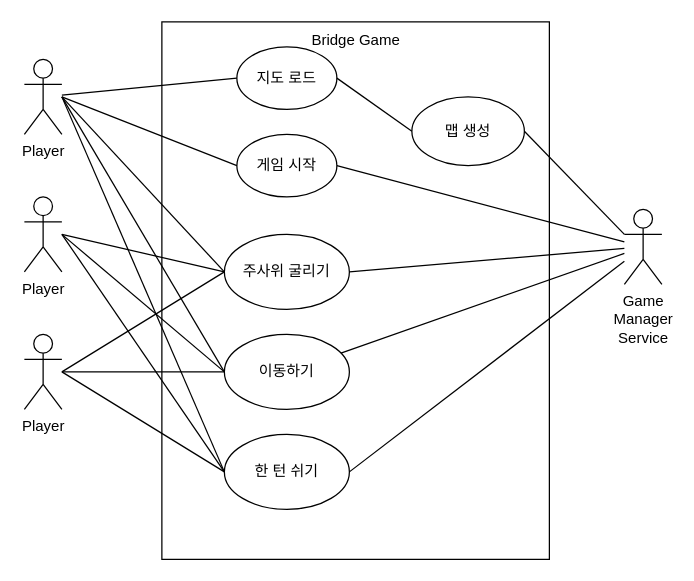
This is uml/useCaseDiagram.drawio from robinjoo1015/SE_TermProject, a draw.io file, before an edit. Source tidied: cells renumbered, new cells numbered last; positions are measured from the earlier drawing's top-left corner, leaving out a move shared by most shapes. Both pictures are drawn from the tidied source at 125%, with x=0, y=0 at pixel (24, 21).
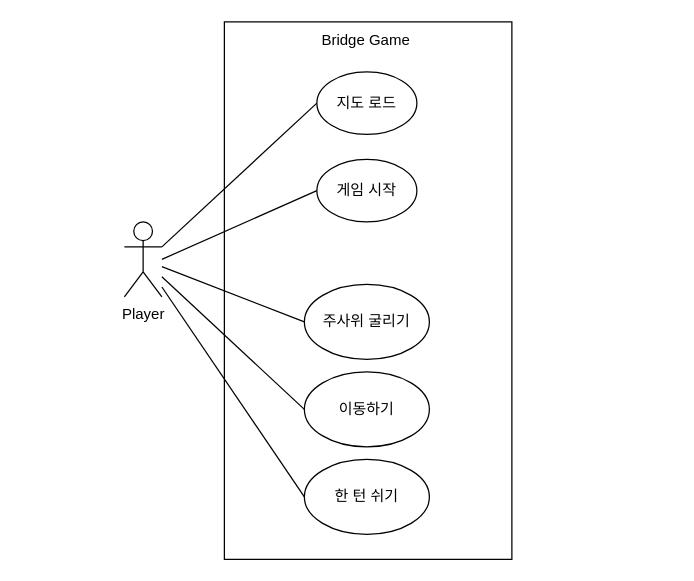
The same diagram, later.

The edit, as a diff of the source:
```diff
@@
     <mxCell id="2" value="Player" style="shape=umlActor;verticalLabelPosition=bottom;verticalAlign=top;html=1;outlineConnect=0;" parent="1" vertex="1">
-      <mxGeometry y="30" width="30" height="60" as="geometry" />
+      <mxGeometry x="80" y="160" width="30" height="60" as="geometry" />
     </mxCell>
     <mxCell id="3" style="rounded=0;whiteSpace=wrap;html=1;" parent="1" vertex="1">
-      <mxGeometry x="110" width="310" height="430" as="geometry" />
+      <mxGeometry x="160" width="230" height="430" as="geometry" />
     </mxCell>
     <mxCell id="4" value="지도 로드" style="ellipse;whiteSpace=wrap;html=1;" parent="1" vertex="1">
-      <mxGeometry x="170" y="20" width="80" height="50" as="geometry" />
+      <mxGeometry x="234" y="40" width="80" height="50" as="geometry" />
     </mxCell>
     <mxCell id="5" value="게임 시작" style="ellipse;whiteSpace=wrap;html=1;" parent="1" vertex="1">
-      <mxGeometry x="170" y="90" width="80" height="50" as="geometry" />
+      <mxGeometry x="234" y="110" width="80" height="50" as="geometry" />
     </mxCell>
-    <mxCell id="6" value="Player" style="shape=umlActor;verticalLabelPosition=bottom;verticalAlign=top;html=1;" parent="1" vertex="1">
-      <mxGeometry y="140" width="30" height="60" as="geometry" />
-    </mxCell>
-    <mxCell id="7" value="Player" style="shape=umlActor;verticalLabelPosition=bottom;verticalAlign=top;html=1;outlineConnect=0;" parent="1" vertex="1">
-      <mxGeometry y="250" width="30" height="60" as="geometry" />
-    </mxCell>
     <mxCell id="8" value="주사위 굴리기" style="ellipse;whiteSpace=wrap;html=1;" parent="1" vertex="1">
-      <mxGeometry x="160" y="170" width="100" height="60" as="geometry" />
+      <mxGeometry x="224" y="210" width="100" height="60" as="geometry" />
     </mxCell>
-    <mxCell id="9" value="맵 생성" style="ellipse;whiteSpace=wrap;html=1;" parent="1" vertex="1">
-      <mxGeometry x="310" y="60" width="90" height="55" as="geometry" />
-    </mxCell>
     <mxCell id="10" value="이동하기" style="ellipse;whiteSpace=wrap;html=1;" parent="1" vertex="1">
-      <mxGeometry x="160" y="250" width="100" height="60" as="geometry" />
+      <mxGeometry x="224" y="280" width="100" height="60" as="geometry" />
     </mxCell>
     <mxCell id="11" value="한 턴 쉬기" style="ellipse;whiteSpace=wrap;html=1;" parent="1" vertex="1">
-      <mxGeometry x="160" y="330" width="100" height="60" as="geometry" />
+      <mxGeometry x="224" y="350" width="100" height="60" as="geometry" />
     </mxCell>
-    <mxCell id="12" style="endArrow=none;html=1;rounded=0;exitX=0;exitY=0.5;exitDx=0;exitDy=0;" parent="1" edge="1" source="4" target="2">
-      <mxGeometry relative="1" as="geometry" />
+    <mxCell id="12" style="endArrow=none;html=1;rounded=0;exitX=0;exitY=0.5;exitDx=0;exitDy=0;" parent="1" edge="1" source="4">
+      <mxGeometry relative="1" as="geometry">
+        <mxPoint x="110" y="180" as="targetPoint" />
+      </mxGeometry>
     </mxCell>
     <mxCell id="13" style="endArrow=none;html=1;rounded=0;exitX=0;exitY=0.5;exitDx=0;exitDy=0;" parent="1" edge="1" source="5">
       <mxGeometry relative="1" as="geometry">
-        <mxPoint x="30" y="60" as="targetPoint" />
+        <mxPoint x="110" y="190" as="targetPoint" />
       </mxGeometry>
     </mxCell>
-    <mxCell id="14" style="endArrow=none;html=1;rounded=0;exitX=0;exitY=0.5;exitDx=0;exitDy=0;entryX=1;entryY=0.5;entryDx=0;entryDy=0;" parent="1" edge="1" source="9" target="4">
-      <mxGeometry relative="1" as="geometry" />
-    </mxCell>
-    <mxCell id="15" style="endArrow=none;html=1;rounded=0;exitX=0;exitY=0.5;exitDx=0;exitDy=0;" parent="1" edge="1" source="8">
-      <mxGeometry relative="1" as="geometry">
-        <mxPoint x="30" y="170" as="targetPoint" />
-      </mxGeometry>
-    </mxCell>
-    <mxCell id="16" style="endArrow=none;html=1;rounded=0;exitX=0;exitY=0.5;exitDx=0;exitDy=0;" parent="1" edge="1" source="10">
-      <mxGeometry relative="1" as="geometry">
-        <mxPoint x="30" y="170" as="targetPoint" />
-      </mxGeometry>
-    </mxCell>
-    <mxCell id="17" style="endArrow=none;html=1;rounded=0;exitX=0;exitY=0.5;exitDx=0;exitDy=0;" parent="1" edge="1" source="11">
-      <mxGeometry relative="1" as="geometry">
-        <mxPoint x="30" y="170" as="targetPoint" />
-      </mxGeometry>
-    </mxCell>
-    <mxCell id="18" style="endArrow=none;html=1;rounded=0;exitX=0;exitY=0.5;exitDx=0;exitDy=0;" parent="1" edge="1" source="8">
-      <mxGeometry relative="1" as="geometry">
-        <mxPoint x="30" y="280" as="targetPoint" />
-      </mxGeometry>
-    </mxCell>
-    <mxCell id="19" style="endArrow=none;html=1;rounded=0;exitX=0;exitY=0.5;exitDx=0;exitDy=0;" parent="1" edge="1" source="10" target="7">
-      <mxGeometry relative="1" as="geometry" />
-    </mxCell>
-    <mxCell id="20" style="endArrow=none;html=1;rounded=0;exitX=0;exitY=0.5;exitDx=0;exitDy=0;" parent="1" edge="1" source="11">
-      <mxGeometry relative="1" as="geometry">
-        <mxPoint x="30" y="280" as="targetPoint" />
-      </mxGeometry>
-    </mxCell>
-    <mxCell id="21" value="Game&lt;br&gt;Manager&lt;br&gt;Service" style="shape=umlActor;verticalLabelPosition=bottom;verticalAlign=top;html=1;outlineConnect=0;" parent="1" vertex="1">
-      <mxGeometry x="480" y="150" width="30" height="60" as="geometry" />
-    </mxCell>
-    <mxCell id="22" style="endArrow=none;html=1;rounded=0;entryX=1;entryY=0.5;entryDx=0;entryDy=0;exitX=0;exitY=0.3333333333333333;exitDx=0;exitDy=0;exitPerimeter=0;" parent="1" edge="1" source="21" target="9">
-      <mxGeometry relative="1" as="geometry" />
-    </mxCell>
-    <mxCell id="23" style="endArrow=none;html=1;rounded=0;exitX=1;exitY=0.5;exitDx=0;exitDy=0;" parent="1" edge="1" source="8" target="21">
-      <mxGeometry relative="1" as="geometry" />
-    </mxCell>
-    <mxCell id="24" style="endArrow=none;html=1;rounded=0;" parent="1" edge="1" source="10" target="21">
-      <mxGeometry relative="1" as="geometry" />
-    </mxCell>
-    <mxCell id="25" style="endArrow=none;html=1;rounded=0;exitX=1;exitY=0.5;exitDx=0;exitDy=0;" parent="1" edge="1" source="11" target="21">
-      <mxGeometry relative="1" as="geometry" />
-    </mxCell>
-    <mxCell id="26" style="endArrow=none;html=1;rounded=0;exitX=0;exitY=0.5;exitDx=0;exitDy=0;" parent="1" edge="1" source="8">
-      <mxGeometry relative="1" as="geometry">
-        <mxPoint x="30" y="60" as="targetPoint" />
-      </mxGeometry>
+    <mxCell id="26" style="endArrow=none;html=1;rounded=0;exitX=0;exitY=0.5;exitDx=0;exitDy=0;" parent="1" edge="1" source="8" target="2">
+      <mxGeometry relative="1" as="geometry" />
     </mxCell>
-    <mxCell id="27" style="endArrow=none;html=1;rounded=0;" parent="1" edge="1">
-      <mxGeometry relative="1" as="geometry">
-        <mxPoint x="160" y="280" as="sourcePoint" />
-        <mxPoint x="30" y="60" as="targetPoint" />
-      </mxGeometry>
+    <mxCell id="27" style="endArrow=none;html=1;rounded=0;exitX=0;exitY=0.5;exitDx=0;exitDy=0;" parent="1" edge="1" source="10" target="2">
+      <mxGeometry relative="1" as="geometry" />
     </mxCell>
-    <mxCell id="28" style="endArrow=none;html=1;rounded=0;exitX=0;exitY=0.5;exitDx=0;exitDy=0;" parent="1" edge="1" source="11">
-      <mxGeometry relative="1" as="geometry">
-        <mxPoint x="30" y="60" as="targetPoint" />
-      </mxGeometry>
+    <mxCell id="28" style="endArrow=none;html=1;rounded=0;exitX=0;exitY=0.5;exitDx=0;exitDy=0;" parent="1" edge="1" source="11" target="2">
+      <mxGeometry relative="1" as="geometry" />
     </mxCell>
-    <mxCell id="29" style="endArrow=none;html=1;rounded=0;exitX=1;exitY=0.5;exitDx=0;exitDy=0;" parent="1" edge="1" source="5" target="21">
-      <mxGeometry relative="1" as="geometry" />
-    </mxCell>
     <mxCell id="30" value="Bridge Game" style="text;html=1;strokeColor=none;fillColor=none;align=center;verticalAlign=middle;whiteSpace=wrap;rounded=0;" parent="1" vertex="1">
-      <mxGeometry x="217.5" width="95" height="30" as="geometry" />
+      <mxGeometry x="226" width="95" height="30" as="geometry" />
     </mxCell>
```
